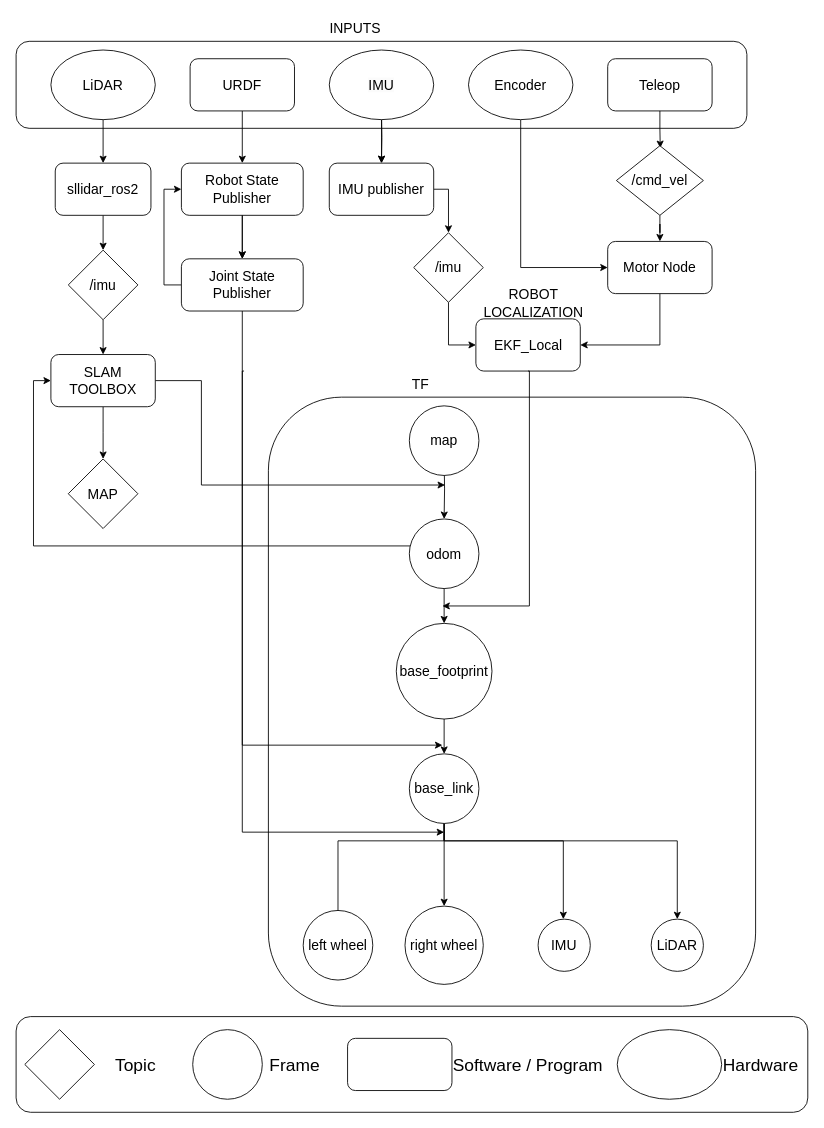
The draw.io diagram slam_launch.drawio in adands/eddiebot_ros2-backup, before the edit. Source tidied: cells renumbered, new cells numbered last; positions are measured from the earlier drawing's top-left corner, leaving out a move shared by most shapes. Both pictures are drawn from the tidied source at 87%, with x=0, y=0 at pixel (16, 15).
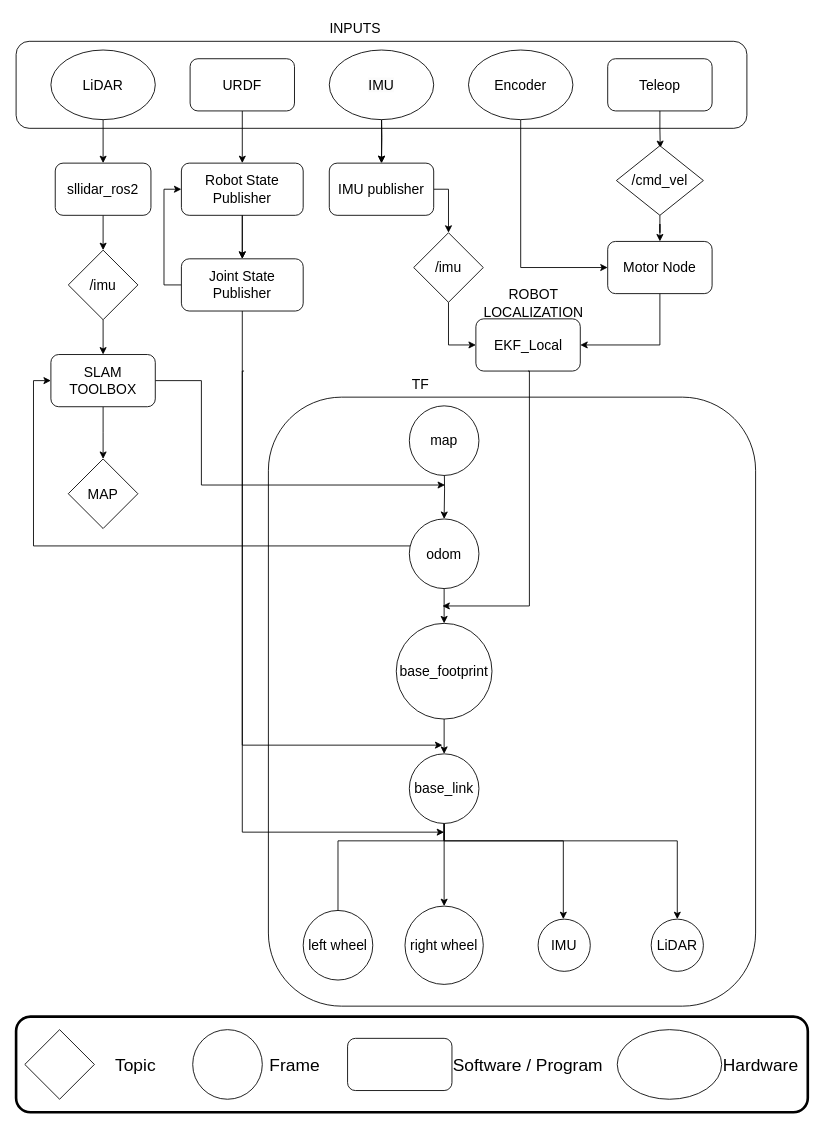
The same diagram, later.

Change to the diagram source:
```diff
@@
-    <mxCell id="45" style="rounded=1;whiteSpace=wrap;html=1;" parent="1" vertex="1">
+    <mxCell id="45" style="rounded=1;whiteSpace=wrap;html=1;strokeWidth=3;" parent="1" vertex="1">
       <mxGeometry y="1151" width="910" height="110" as="geometry" />
     </mxCell>
```
